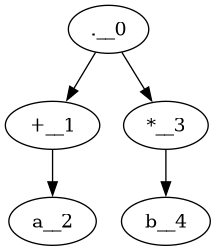
Before: arbre_syntaxique.png, a diagram exported from Graphviz (Daniel-Sima/Clone-of-the-egrep-UNIX-command). Its source is kept beside it as arbre_syntaxique.dot.
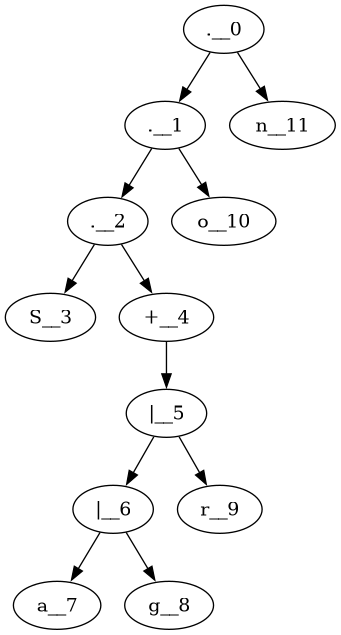
After the change.

Change to the diagram source:
```diff
@@ -1,6 +1,13 @@
 digraph {
-	".__0"->"+__1"
-	"+__1"->"a__2"
-	".__0"->"*__3"
-	"*__3"->"b__4"
+	".__0"->".__1"
+	".__1"->".__2"
+	".__2"->"S__3"
+	".__2"->"+__4"
+	"+__4"->"|__5"
+	"|__5"->"|__6"
+	"|__6"->"a__7"
+	"|__6"->"g__8"
+	"|__5"->"r__9"
+	".__1"->"o__10"
+	".__0"->"n__11"
 }
```
